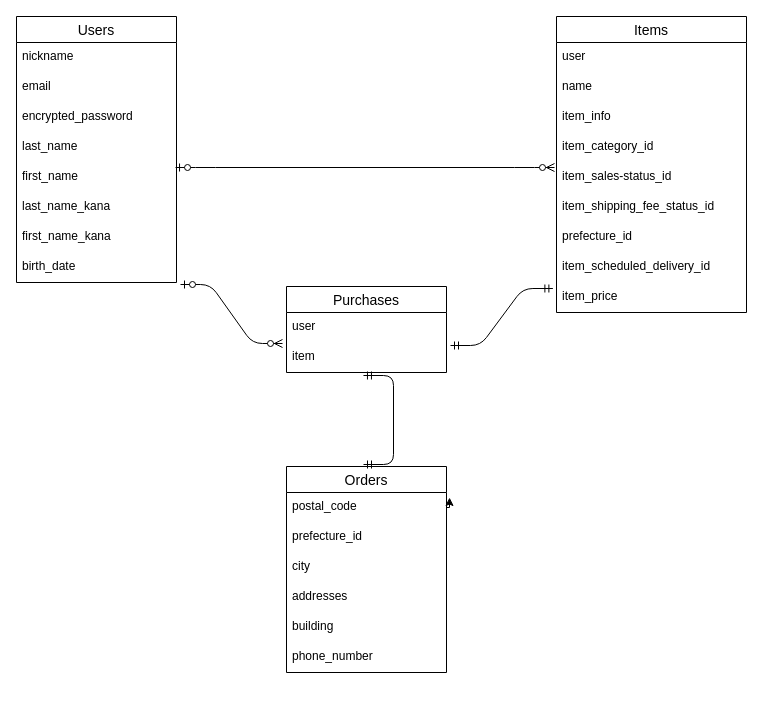
Earlier version of the draw.io diagram er.dio (HARUNA3/furima-35496). Source tidied: cells renumbered, new cells numbered last; positions are measured from the earlier drawing's top-left corner, leaving out a move shared by most shapes. Both pictures are drawn from the tidied source at 100%, with x=0, y=0 at pixel (16, 16).
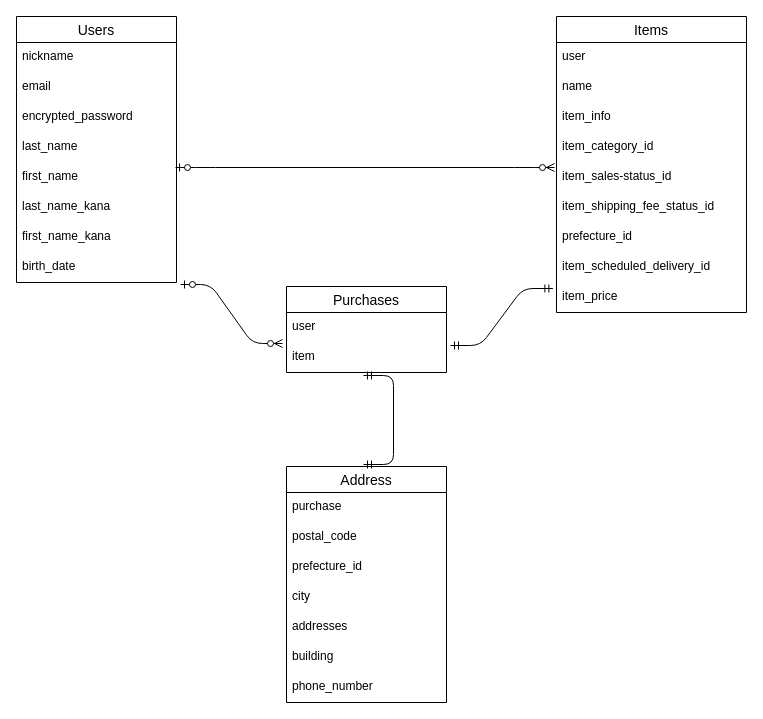
After the change.

Diff of the diagram source:
```diff
@@
-    <mxCell id="21" value="Orders" style="swimlane;fontStyle=0;horizontal=1;startSize=26;align=center;fontSize=14;" parent="1" vertex="1">
-      <mxGeometry x="270" y="450" width="160" height="206" as="geometry" />
+    <mxCell id="21" value="Address" style="swimlane;fontStyle=0;horizontal=1;startSize=26;align=center;fontSize=14;" parent="1" vertex="1">
+      <mxGeometry x="270" y="450" width="160" height="236" as="geometry" />
     </mxCell>
-    <mxCell id="22" style="edgeStyle=orthogonalEdgeStyle;rounded=0;jettySize=auto;html=1;exitX=1;exitY=0.5;exitDx=0;exitDy=0;entryX=1.019;entryY=0.167;entryDx=0;entryDy=0;entryPerimeter=0;" parent="21" edge="1" target="23">
-      <mxGeometry relative="1" as="geometry">
-        <mxPoint x="160" y="41" as="sourcePoint" />
-      </mxGeometry>
-    </mxCell>
+    <mxCell id="36" value="purchase" style="text;strokeColor=none;fillColor=none;spacingLeft=4;spacingRight=4;overflow=hidden;fontSize=12;" parent="21" vertex="1">
+      <mxGeometry y="26" width="160" height="30" as="geometry" />
+    </mxCell>
     <mxCell id="23" value="postal_code" style="text;strokeColor=none;fillColor=none;spacingLeft=4;spacingRight=4;overflow=hidden;points=[[0,0.5],[1,0.5]];portConstraint=eastwest;fontSize=12;" parent="21" vertex="1">
-      <mxGeometry y="26" width="160" height="30" as="geometry" />
+      <mxGeometry y="56" width="160" height="30" as="geometry" />
     </mxCell>
     <mxCell id="24" value="prefecture_id" style="text;strokeColor=none;fillColor=none;spacingLeft=4;spacingRight=4;overflow=hidden;fontSize=12;" parent="21" vertex="1">
-      <mxGeometry y="56" width="160" height="30" as="geometry" />
+      <mxGeometry y="86" width="160" height="30" as="geometry" />
     </mxCell>
     <mxCell id="25" value="city" style="text;strokeColor=none;fillColor=none;spacingLeft=4;spacingRight=4;overflow=hidden;fontSize=12;" parent="21" vertex="1">
-      <mxGeometry y="86" width="160" height="30" as="geometry" />
+      <mxGeometry y="116" width="160" height="30" as="geometry" />
     </mxCell>
     <mxCell id="26" value="addresses" style="text;strokeColor=none;fillColor=none;spacingLeft=4;spacingRight=4;overflow=hidden;fontSize=12;" parent="21" vertex="1">
-      <mxGeometry y="116" width="160" height="30" as="geometry" />
+      <mxGeometry y="146" width="160" height="30" as="geometry" />
     </mxCell>
     <mxCell id="27" value="building" style="text;strokeColor=none;fillColor=none;spacingLeft=4;spacingRight=4;overflow=hidden;fontSize=12;" parent="21" vertex="1">
-      <mxGeometry y="146" width="160" height="30" as="geometry" />
+      <mxGeometry y="176" width="160" height="30" as="geometry" />
     </mxCell>
     <mxCell id="28" value="phone_number" style="text;strokeColor=none;fillColor=none;spacingLeft=4;spacingRight=4;overflow=hidden;fontSize=12;" parent="21" vertex="1">
-      <mxGeometry y="176" width="160" height="30" as="geometry" />
+      <mxGeometry y="206" width="160" height="30" as="geometry" />
     </mxCell>
```
